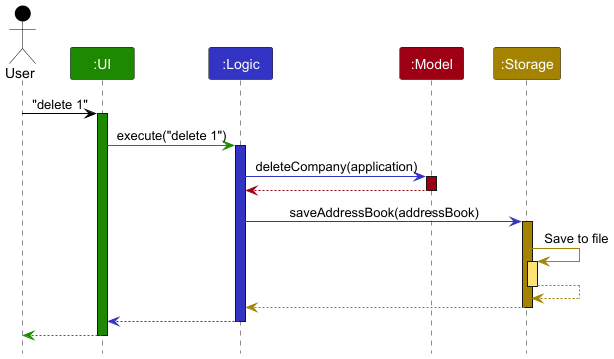
BiggillyBoyMan/tp keeps this PlantUML diagram as docs/images/ArchitectureSequenceDiagram.png. Above is the earlier version. Source of this version:
```plantuml
@startuml
!include style.puml
skinparam ArrowFontStyle plain

Actor User as user USER_COLOR
Participant ":UI" as ui UI_COLOR
Participant ":Logic" as logic LOGIC_COLOR
Participant ":Model" as model MODEL_COLOR
Participant ":Storage" as storage STORAGE_COLOR

user -[USER_COLOR]> ui : "delete 1"
activate ui UI_COLOR

ui -[UI_COLOR]> logic : execute("delete 1")
activate logic LOGIC_COLOR

logic -[LOGIC_COLOR]> model : deleteCompany(application)
activate model MODEL_COLOR

model -[MODEL_COLOR]-> logic
deactivate model

logic -[LOGIC_COLOR]> storage : saveAddressBook(addressBook)
activate storage STORAGE_COLOR

storage -[STORAGE_COLOR]> storage : Save to file
activate storage STORAGE_COLOR_T1
storage --[STORAGE_COLOR]> storage
deactivate storage

storage --[STORAGE_COLOR]> logic
deactivate storage

logic --[LOGIC_COLOR]> ui
deactivate logic

ui--[UI_COLOR]> user
deactivate ui
@enduml
```
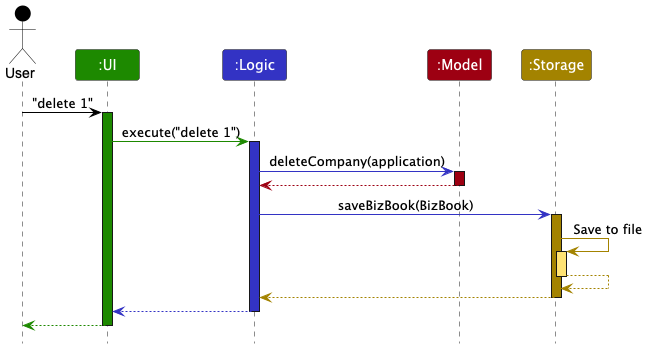
Above is the later version.

Diff of the diagram source:
```diff
@@ -20,7 +20,7 @@
 model -[MODEL_COLOR]-> logic
 deactivate model
 
-logic -[LOGIC_COLOR]> storage : saveAddressBook(addressBook)
+logic -[LOGIC_COLOR]> storage : saveBizBook(BizBook)
 activate storage STORAGE_COLOR
 
 storage -[STORAGE_COLOR]> storage : Save to file
```
